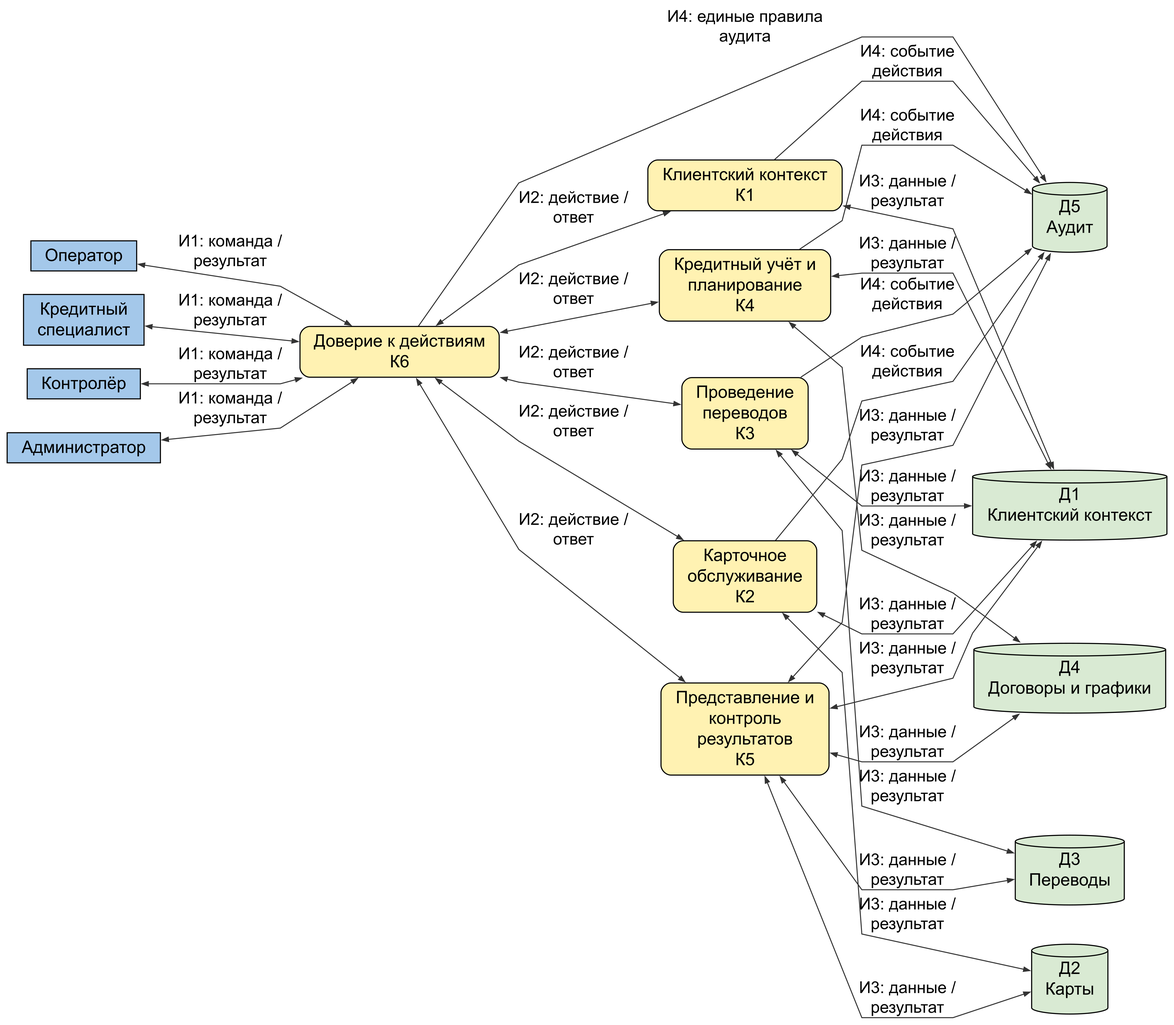
Before: figures/G1_architecture.png, a diagram exported from Graphviz (qwertyvich/IT-project). Its source is kept beside it as figures/G1_architecture.dot.
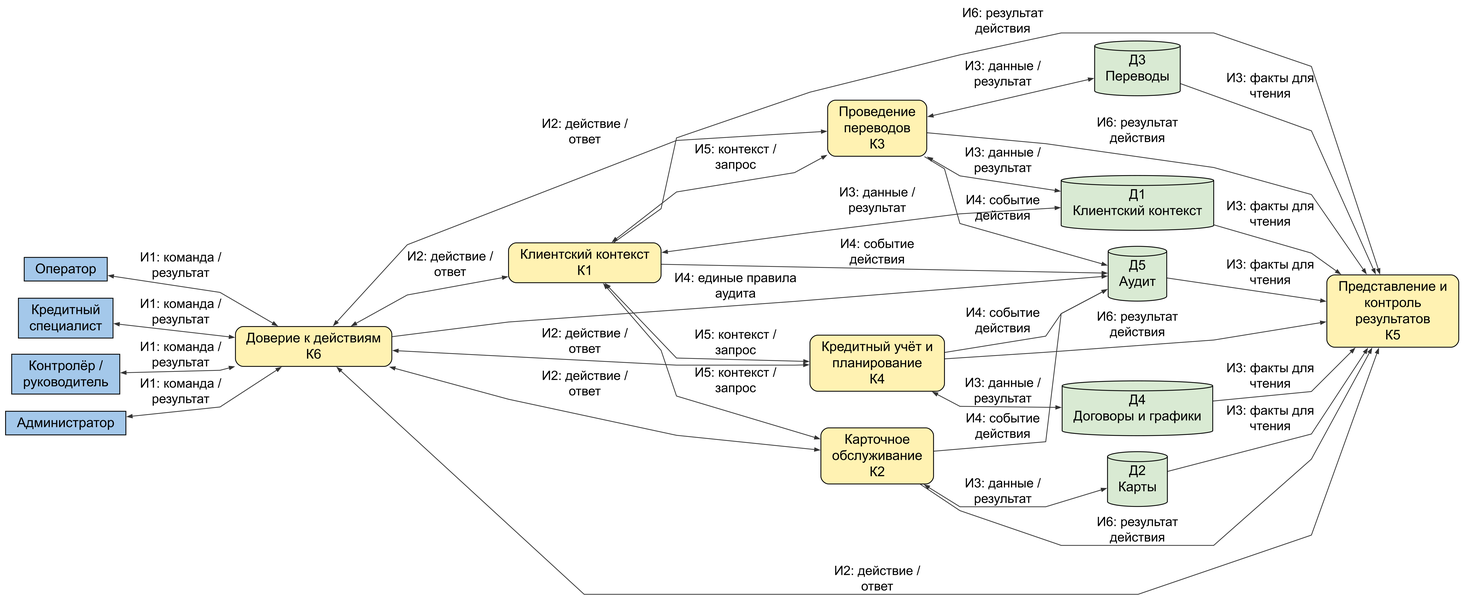
Above is the later version.

The edit, as a diff of the source:
```diff
@@ -4,7 +4,7 @@
 edge [fontname="Arial", fontsize=20, color="#333333", penwidth=1.2, arrowsize=.75];
 "e1" [label="Оператор", shape="box", style="filled", fillcolor="#A4C8EA", width="1.792"];
 "e2" [label="Кредитный\nспециалист", shape="box", style="filled", fillcolor="#A4C8EA", width="2.042"];
-"e3" [label="Контролёр", shape="box", style="filled", fillcolor="#A4C8EA", width="1.917"];
+"e3" [label="Контролёр /\nруководитель", shape="box", style="filled", fillcolor="#A4C8EA", width="2.333"];
 "e4" [label="Администратор", shape="box", style="filled", fillcolor="#A4C8EA", width="2.597"];
 "К1" [label="Клиентский контекст\nК1", shape="box", style="rounded,filled", fillcolor="#FFF2B2", width="3.292"];
 "К2" [label="Карточное\nобслуживание\nК2", shape="box", style="rounded,filled", fillcolor="#FFF2B2", width="2.431"];
@@ -27,17 +27,22 @@
 К6 -> К4 [label="И2: действие /\nответ", dir="both"];
 К6 -> К5 [label="И2: действие /\nответ", dir="both"];
 К1 -> Д1 [label="И3: данные /\nрезультат", dir="both"];
-К2 -> Д1 [label="И3: данные /\nрезультат", dir="both"];
 К2 -> Д2 [label="И3: данные /\nрезультат", dir="both"];
 К3 -> Д1 [label="И3: данные /\nрезультат", dir="both"];
 К3 -> Д3 [label="И3: данные /\nрезультат", dir="both"];
-К4 -> Д1 [label="И3: данные /\nрезультат", dir="both"];
 К4 -> Д4 [label="И3: данные /\nрезультат", dir="both"];
-К5 -> Д1 [label="И3: данные /\nрезультат", dir="both"];
-К5 -> Д2 [label="И3: данные /\nрезультат", dir="both"];
-К5 -> Д3 [label="И3: данные /\nрезультат", dir="both"];
-К5 -> Д4 [label="И3: данные /\nрезультат", dir="both"];
-К5 -> Д5 [label="И3: данные /\nрезультат", dir="both"];
+Д1 -> К5 [label="И3: факты для\nчтения"];
+Д2 -> К5 [label="И3: факты для\nчтения"];
+Д3 -> К5 [label="И3: факты для\nчтения"];
+Д4 -> К5 [label="И3: факты для\nчтения"];
+Д5 -> К5 [label="И3: факты для\nчтения"];
+К1 -> К2 [label="И5: контекст /\nзапрос", dir="both"];
+К1 -> К3 [label="И5: контекст /\nзапрос", dir="both"];
+К1 -> К4 [label="И5: контекст /\nзапрос", dir="both"];
+К1 -> К5 [label="И6: результат\nдействия"];
+К2 -> К5 [label="И6: результат\nдействия"];
+К3 -> К5 [label="И6: результат\nдействия"];
+К4 -> К5 [label="И6: результат\nдействия"];
 К1 -> Д5 [label="И4: событие\nдействия"];
 К2 -> Д5 [label="И4: событие\nдействия"];
 К3 -> Д5 [label="И4: событие\nдействия"];
```
